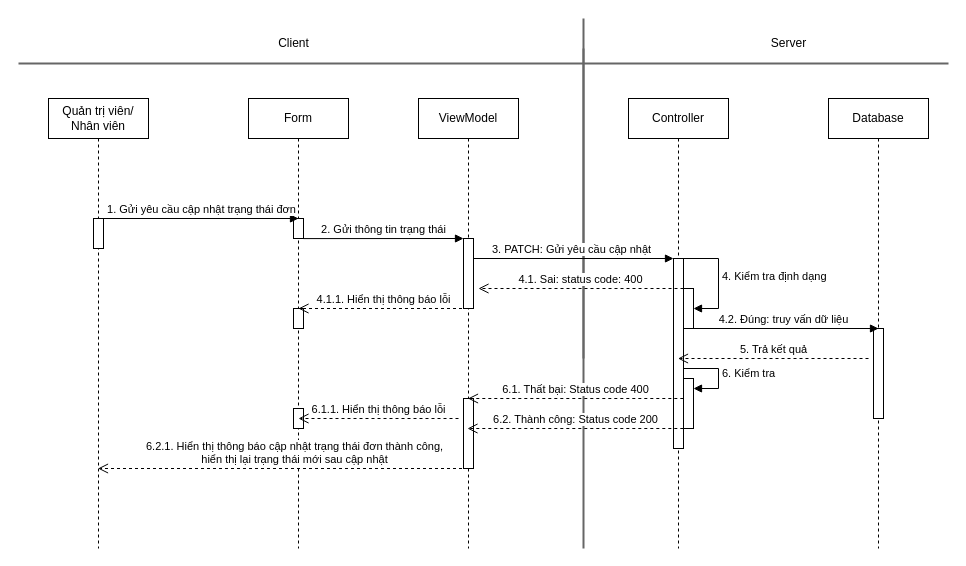
hieuNV0871/da keeps this draw.io diagram as page "Page-3" (3 of 3) of SD/SD_QUANLYDATHANG.drawio. Above is the earlier version. Source tidied: cells renumbered, new cells numbered last; positions are measured from the earlier drawing's top-left corner, leaving out a move shared by most shapes. Both pictures are drawn from the tidied source at 100%, with x=0, y=0 at pixel (18, 18).
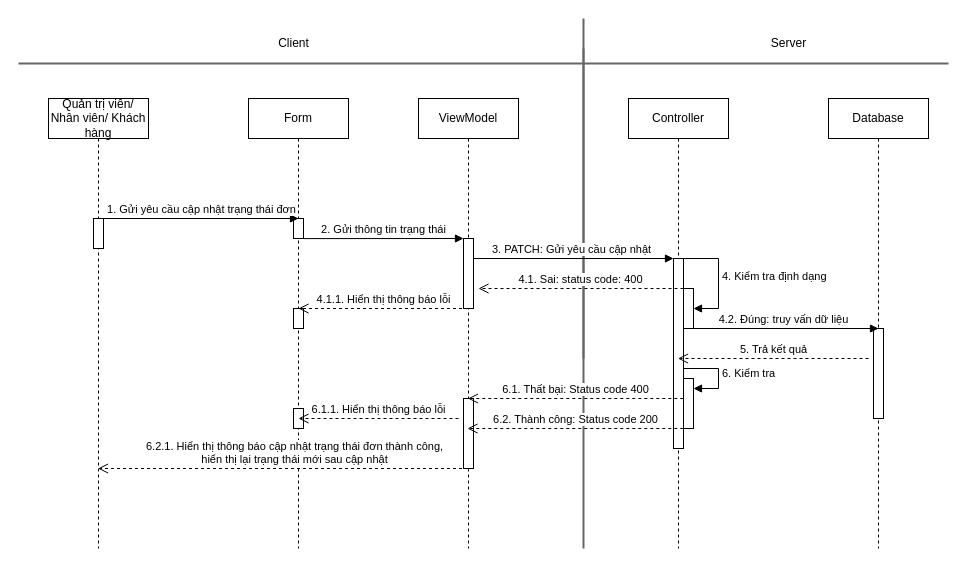
The same page after the edit.

Change to the diagram source:
```diff
@@
-    <mxCell id="4" value="Quản trị viên/ Nhân viên" style="shape=umlLifeline;perimeter=lifelinePerimeter;whiteSpace=wrap;html=1;newEdgeStyle={&quot;curved&quot;:0,&quot;rounded&quot;:0};" parent="1" vertex="1">
+    <mxCell id="4" value="Quản trị viên/ Nhân viên/ Khách hàng" style="shape=umlLifeline;perimeter=lifelinePerimeter;whiteSpace=wrap;html=1;newEdgeStyle={&quot;curved&quot;:0,&quot;rounded&quot;:0};" parent="1" vertex="1">
       <mxGeometry x="30" y="80" width="100" height="450" as="geometry" />
     </mxCell>
```
